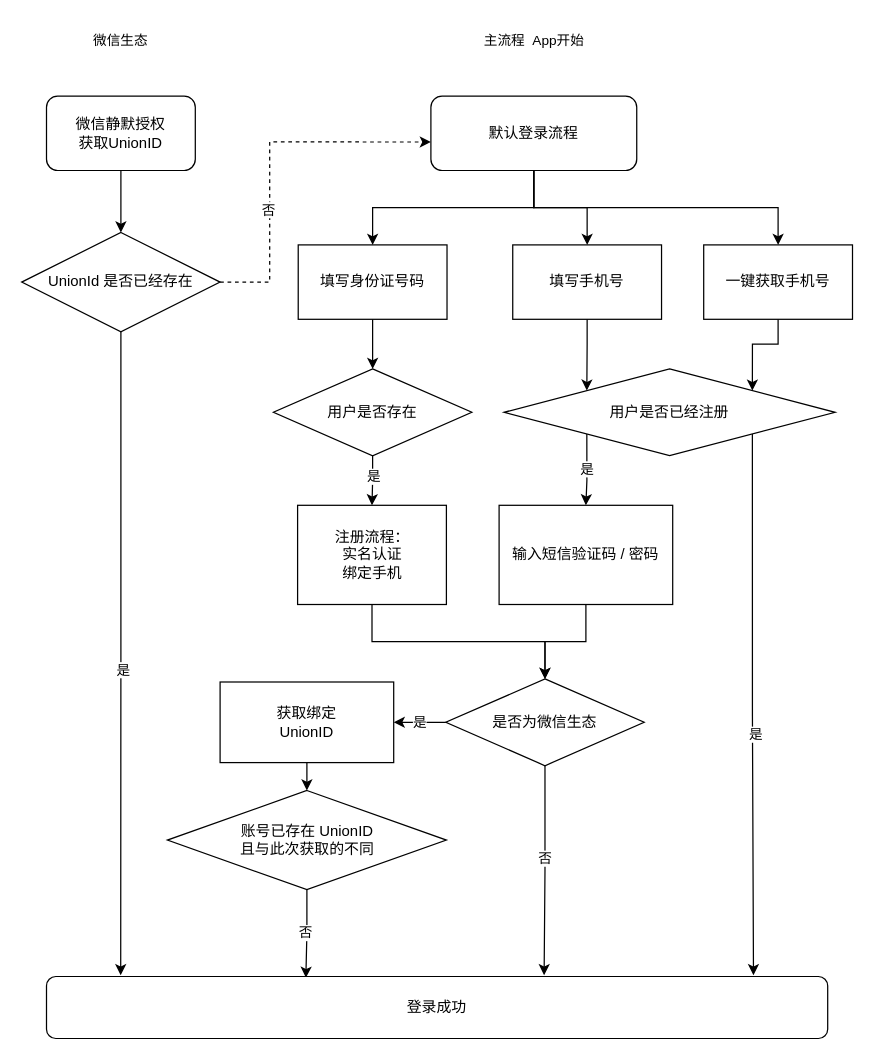
nilye/doodles keeps this draw.io diagram as drawio/hanyi.drawio. Above is the earlier version. Source tidied: cells renumbered, new cells numbered last; positions are measured from the earlier drawing's top-left corner, leaving out a move shared by most shapes. Both pictures are drawn from the tidied source at 124%, with x=0, y=0 at pixel (21, 21).
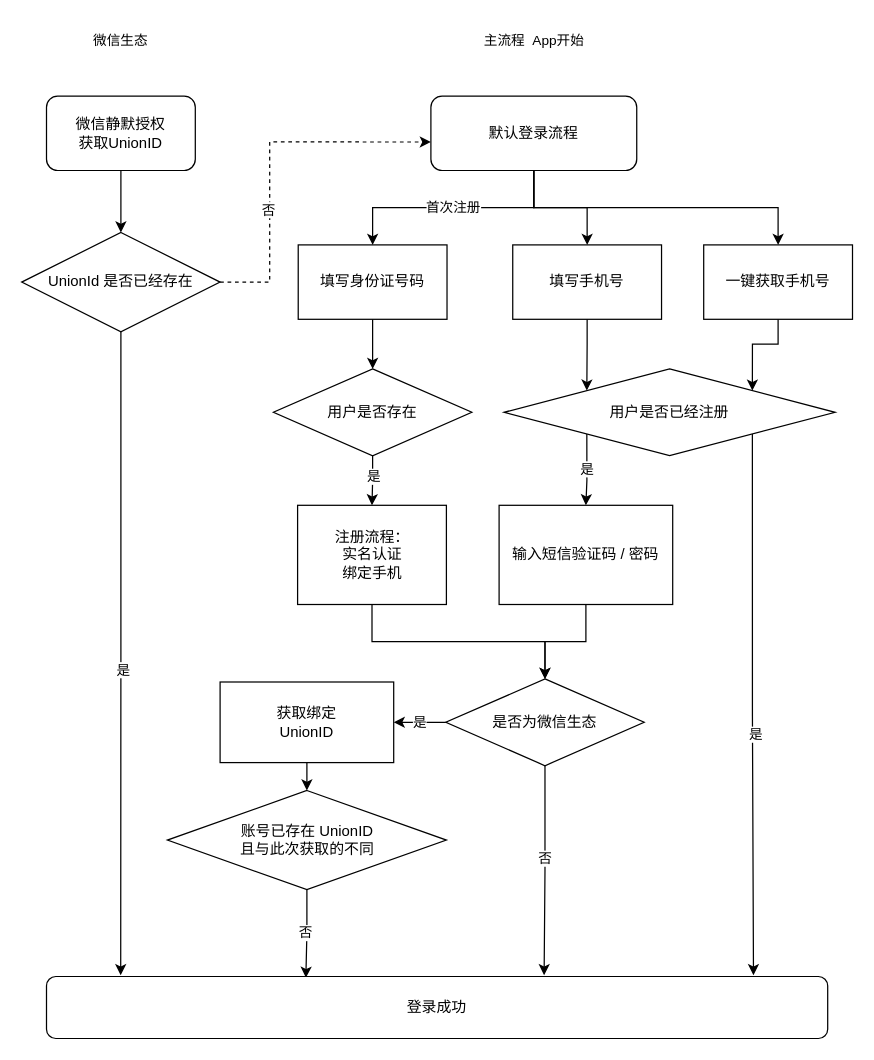
The same page after the edit.

Unchanged cells that the change refers to:
```xml
<mxCell id="12" value="默认登录流程" style="rounded=1;whiteSpace=wrap;html=1;" parent="1" vertex="1">
  <mxGeometry x="330" y="60" width="166" height="60" as="geometry" />
</mxCell>
<mxCell id="14" value="填写身份证号码" style="rounded=0;whiteSpace=wrap;html=1;" parent="1" vertex="1">
  <mxGeometry x="223" y="180" width="120" height="60" as="geometry" />
</mxCell>
```

What changed in the source:
```diff
@@
-    <mxCell id="9" style="edgeStyle=orthogonalEdgeStyle;rounded=0;jettySize=auto;html=1;entryX=0.5;entryY=0;entryDx=0;entryDy=0;fontSize=11;" parent="1" edge="1" source="12" target="14">
+    <mxCell id="9" value="首次注册" style="edgeStyle=orthogonalEdgeStyle;rounded=0;jettySize=auto;html=1;entryX=0.5;entryY=0;entryDx=0;entryDy=0;fontSize=11;" parent="1" edge="1" source="12" target="14">
       <mxGeometry relative="1" as="geometry">
         <Array as="points">
           <mxPoint x="413" y="150" />
           <mxPoint x="283" y="150" />
         </Array>
       </mxGeometry>
     </mxCell>
```
